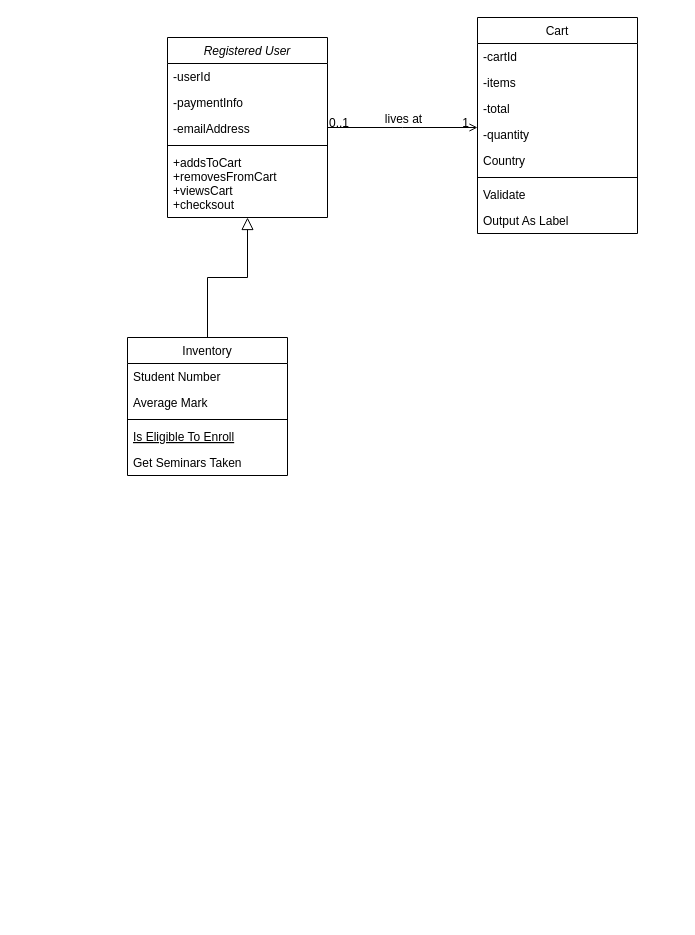
The draw.io diagram Use Case Diagrams/Untitled Diagram.drawio in gavinbarry60/group8, before the edit. Source tidied: cells renumbered, new cells numbered last; positions are measured from the earlier drawing's top-left corner, leaving out a move shared by most shapes. Both pictures are drawn from the tidied source at 100%, with x=0, y=0 at pixel (127, 17).
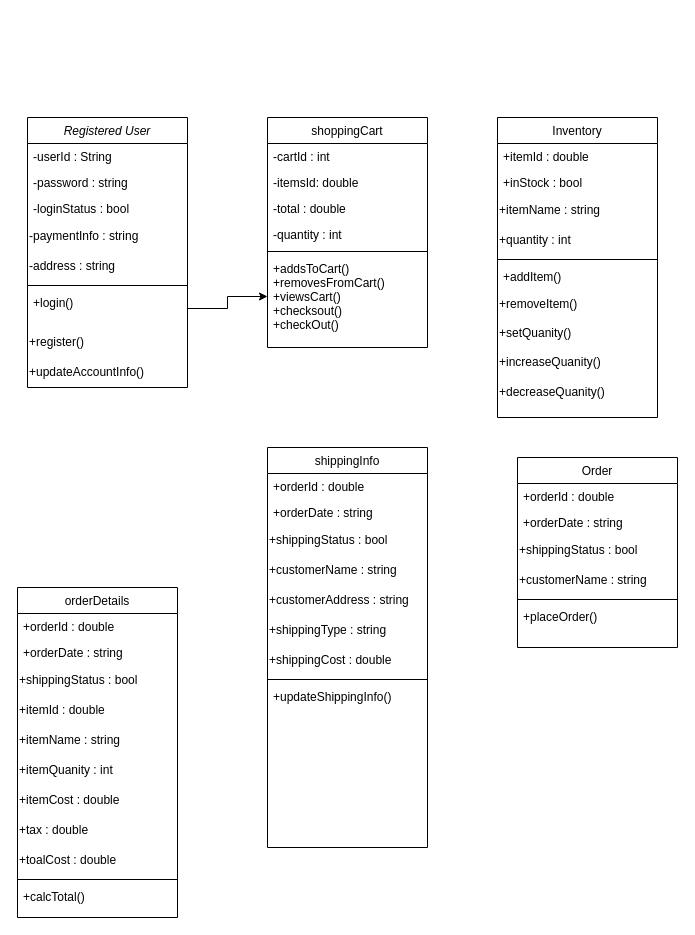
The same page after the edit.

What changed in the source:
```diff
@@
     <mxCell id="2" value="Registered User" style="swimlane;fontStyle=2;align=center;verticalAlign=top;horizontal=1;startSize=26;rounded=0;shadow=0;strokeWidth=1;" parent="1" vertex="1">
-      <mxGeometry x="40" y="20" width="160" height="180" as="geometry" />
+      <mxGeometry x="-100" y="100" width="160" height="270" as="geometry" />
     </mxCell>
-    <mxCell id="3" value="-userId" style="text;align=left;verticalAlign=top;spacingLeft=4;spacingRight=4;overflow=hidden;" parent="2" vertex="1">
+    <mxCell id="3" value="-userId : String" style="text;align=left;verticalAlign=top;spacingLeft=4;spacingRight=4;overflow=hidden;" parent="2" vertex="1">
       <mxGeometry y="26" width="160" height="26" as="geometry" />
     </mxCell>
-    <mxCell id="4" value="-paymentInfo" style="text;align=left;verticalAlign=top;spacingLeft=4;spacingRight=4;overflow=hidden;rounded=0;shadow=0;html=0;" parent="2" vertex="1">
+    <mxCell id="4" value="-password : string" style="text;align=left;verticalAlign=top;spacingLeft=4;spacingRight=4;overflow=hidden;rounded=0;shadow=0;html=0;" parent="2" vertex="1">
       <mxGeometry y="52" width="160" height="26" as="geometry" />
     </mxCell>
-    <mxCell id="5" value="-emailAddress" style="text;align=left;verticalAlign=top;spacingLeft=4;spacingRight=4;overflow=hidden;rounded=0;shadow=0;html=0;" parent="2" vertex="1">
+    <mxCell id="5" value="-loginStatus : bool" style="text;align=left;verticalAlign=top;spacingLeft=4;spacingRight=4;overflow=hidden;rounded=0;shadow=0;html=0;" parent="2" vertex="1">
       <mxGeometry y="78" width="160" height="26" as="geometry" />
     </mxCell>
+    <mxCell id="28" value="-paymentInfo : string" style="text;html=1;align=left;verticalAlign=middle;whiteSpace=wrap;rounded=0;" parent="2" vertex="1">
+      <mxGeometry y="104" width="160" height="30" as="geometry" />
+    </mxCell>
+    <mxCell id="29" value="-address : string" style="text;html=1;align=left;verticalAlign=middle;whiteSpace=wrap;rounded=0;" parent="2" vertex="1">
+      <mxGeometry y="134" width="160" height="30" as="geometry" />
+    </mxCell>
     <mxCell id="6" style="line;html=1;strokeWidth=1;align=left;verticalAlign=middle;spacingTop=-1;spacingLeft=3;spacingRight=3;labelPosition=right;" parent="2" vertex="1">
-      <mxGeometry y="104" width="160" height="8" as="geometry" />
+      <mxGeometry y="164" width="160" height="8" as="geometry" />
     </mxCell>
-    <mxCell id="7" value="+addsToCart&#10;+removesFromCart&#10;+viewsCart&#10;+checksout" style="text;align=left;verticalAlign=top;spacingLeft=4;spacingRight=4;overflow=hidden;points=[[0,0.5],[1,0.5]];portConstraint=eastwest;" parent="2" vertex="1">
-      <mxGeometry y="112" width="160" height="68" as="geometry" />
+    <mxCell id="7" value="+login() " style="text;align=left;verticalAlign=top;spacingLeft=4;spacingRight=4;overflow=hidden;points=[[0,0.5],[1,0.5]];portConstraint=eastwest;" parent="2" vertex="1">
+      <mxGeometry y="172" width="160" height="38" as="geometry" />
     </mxCell>
+    <mxCell id="30" value="+register()" style="text;html=1;align=left;verticalAlign=middle;whiteSpace=wrap;rounded=0;" parent="2" vertex="1">
+      <mxGeometry y="210" width="160" height="30" as="geometry" />
+    </mxCell>
+    <mxCell id="31" value="+updateAccountInfo()" style="text;html=1;align=left;verticalAlign=middle;whiteSpace=wrap;rounded=0;" parent="2" vertex="1">
+      <mxGeometry y="240" width="160" height="30" as="geometry" />
+    </mxCell>
     <mxCell id="8" value="Inventory" style="swimlane;fontStyle=0;align=center;verticalAlign=top;horizontal=1;startSize=26;rounded=0;shadow=0;strokeWidth=1;" parent="1" vertex="1">
-      <mxGeometry y="320" width="160" height="138" as="geometry" />
+      <mxGeometry x="370" y="100" width="160" height="300" as="geometry" />
     </mxCell>
-    <mxCell id="9" value="Student Number" style="text;align=left;verticalAlign=top;spacingLeft=4;spacingRight=4;overflow=hidden;" parent="8" vertex="1">
+    <mxCell id="9" value="+itemId : double" style="text;align=left;verticalAlign=top;spacingLeft=4;spacingRight=4;overflow=hidden;" parent="8" vertex="1">
       <mxGeometry y="26" width="160" height="26" as="geometry" />
     </mxCell>
-    <mxCell id="10" value="Average Mark" style="text;align=left;verticalAlign=top;spacingLeft=4;spacingRight=4;overflow=hidden;rounded=0;shadow=0;html=0;" parent="8" vertex="1">
+    <mxCell id="10" value="+inStock : bool" style="text;align=left;verticalAlign=top;spacingLeft=4;spacingRight=4;overflow=hidden;rounded=0;shadow=0;html=0;" parent="8" vertex="1">
       <mxGeometry y="52" width="160" height="26" as="geometry" />
     </mxCell>
+    <mxCell id="32" value="+itemName : string" style="text;html=1;align=left;verticalAlign=middle;whiteSpace=wrap;rounded=0;" parent="8" vertex="1">
+      <mxGeometry y="78" width="160" height="30" as="geometry" />
+    </mxCell>
+    <mxCell id="33" value="+quantity : int" style="text;html=1;align=left;verticalAlign=middle;whiteSpace=wrap;rounded=0;" parent="8" vertex="1">
+      <mxGeometry y="108" width="160" height="30" as="geometry" />
+    </mxCell>
     <mxCell id="11" style="line;html=1;strokeWidth=1;align=left;verticalAlign=middle;spacingTop=-1;spacingLeft=3;spacingRight=3;labelPosition=right;" parent="8" vertex="1">
-      <mxGeometry y="78" width="160" height="8" as="geometry" />
+      <mxGeometry y="138" width="160" height="8" as="geometry" />
     </mxCell>
-    <mxCell id="12" value="Is Eligible To Enroll" style="text;align=left;verticalAlign=top;spacingLeft=4;spacingRight=4;overflow=hidden;fontStyle=4;" parent="8" vertex="1">
-      <mxGeometry y="86" width="160" height="26" as="geometry" />
-    </mxCell>
-    <mxCell id="13" value="Get Seminars Taken" style="text;align=left;verticalAlign=top;spacingLeft=4;spacingRight=4;overflow=hidden;" parent="8" vertex="1">
-      <mxGeometry y="112" width="160" height="26" as="geometry" />
+    <mxCell id="13" value="+addItem()" style="text;align=left;verticalAlign=top;spacingLeft=4;spacingRight=4;overflow=hidden;" parent="8" vertex="1">
+      <mxGeometry y="146" width="160" height="26" as="geometry" />
     </mxCell>
-    <mxCell id="14" style="endArrow=block;endSize=10;endFill=0;shadow=0;strokeWidth=1;rounded=0;curved=0;edgeStyle=elbowEdgeStyle;elbow=vertical;" parent="1" edge="1" source="8" target="2">
-      <mxGeometry relative="1" as="geometry" />
-    </mxCell>
+    <mxCell id="34" value="+removeItem()" style="text;html=1;align=left;verticalAlign=middle;whiteSpace=wrap;rounded=0;" parent="8" vertex="1">
+      <mxGeometry y="172" width="160" height="30" as="geometry" />
+    </mxCell>
+    <mxCell id="35" value="+setQuanity()" style="text;html=1;align=left;verticalAlign=middle;whiteSpace=wrap;rounded=0;" parent="8" vertex="1">
+      <mxGeometry y="202" width="160" height="28" as="geometry" />
+    </mxCell>
+    <mxCell id="36" value="+increaseQuanity()" style="text;html=1;align=left;verticalAlign=middle;whiteSpace=wrap;rounded=0;" parent="8" vertex="1">
+      <mxGeometry y="230" width="160" height="30" as="geometry" />
+    </mxCell>
+    <mxCell id="37" value="+decreaseQuanity()" style="text;html=1;align=left;verticalAlign=middle;whiteSpace=wrap;rounded=0;" parent="8" vertex="1">
+      <mxGeometry y="260" width="160" height="30" as="geometry" />
+    </mxCell>
+    <mxCell id="38" style="edgeStyle=orthogonalEdgeStyle;rounded=0;jettySize=auto;html=1;exitX=0.5;exitY=1;exitDx=0;exitDy=0;" parent="1" edge="1" source="15">
+      <mxGeometry relative="1" as="geometry">
+        <mxPoint x="220" y="330" as="targetPoint" />
+      </mxGeometry>
+    </mxCell>
-    <mxCell id="15" value="Cart" style="swimlane;fontStyle=0;align=center;verticalAlign=top;horizontal=1;startSize=26;rounded=0;shadow=0;strokeWidth=1;" parent="1" vertex="1">
-      <mxGeometry x="350" width="160" height="216" as="geometry" />
+    <mxCell id="15" value="shoppingCart" style="swimlane;fontStyle=0;align=center;verticalAlign=top;horizontal=1;startSize=26;rounded=0;shadow=0;strokeWidth=1;" parent="1" vertex="1">
+      <mxGeometry x="140" y="100" width="160" height="230" as="geometry" />
     </mxCell>
-    <mxCell id="16" value="-cartId" style="text;align=left;verticalAlign=top;spacingLeft=4;spacingRight=4;overflow=hidden;" parent="15" vertex="1">
+    <mxCell id="16" value="-cartId : int" style="text;align=left;verticalAlign=top;spacingLeft=4;spacingRight=4;overflow=hidden;" parent="15" vertex="1">
       <mxGeometry y="26" width="160" height="26" as="geometry" />
     </mxCell>
-    <mxCell id="17" value="-items" style="text;align=left;verticalAlign=top;spacingLeft=4;spacingRight=4;overflow=hidden;rounded=0;shadow=0;html=0;" parent="15" vertex="1">
+    <mxCell id="17" value="-itemsId: double" style="text;align=left;verticalAlign=top;spacingLeft=4;spacingRight=4;overflow=hidden;rounded=0;shadow=0;html=0;" parent="15" vertex="1">
       <mxGeometry y="52" width="160" height="26" as="geometry" />
     </mxCell>
-    <mxCell id="18" value="-total" style="text;align=left;verticalAlign=top;spacingLeft=4;spacingRight=4;overflow=hidden;rounded=0;shadow=0;html=0;" parent="15" vertex="1">
+    <mxCell id="18" value="-total : double" style="text;align=left;verticalAlign=top;spacingLeft=4;spacingRight=4;overflow=hidden;rounded=0;shadow=0;html=0;" parent="15" vertex="1">
       <mxGeometry y="78" width="160" height="26" as="geometry" />
     </mxCell>
-    <mxCell id="19" value="-quantity" style="text;align=left;verticalAlign=top;spacingLeft=4;spacingRight=4;overflow=hidden;rounded=0;shadow=0;html=0;" parent="15" vertex="1">
+    <mxCell id="19" value="-quantity : int" style="text;align=left;verticalAlign=top;spacingLeft=4;spacingRight=4;overflow=hidden;rounded=0;shadow=0;html=0;" parent="15" vertex="1">
       <mxGeometry y="104" width="160" height="26" as="geometry" />
     </mxCell>
-    <mxCell id="20" value="Country" style="text;align=left;verticalAlign=top;spacingLeft=4;spacingRight=4;overflow=hidden;rounded=0;shadow=0;html=0;" parent="15" vertex="1">
-      <mxGeometry y="130" width="160" height="26" as="geometry" />
-    </mxCell>
     <mxCell id="21" style="line;html=1;strokeWidth=1;align=left;verticalAlign=middle;spacingTop=-1;spacingLeft=3;spacingRight=3;labelPosition=right;" parent="15" vertex="1">
-      <mxGeometry y="156" width="160" height="8" as="geometry" />
+      <mxGeometry y="130" width="160" height="8" as="geometry" />
     </mxCell>
-    <mxCell id="22" value="Validate" style="text;align=left;verticalAlign=top;spacingLeft=4;spacingRight=4;overflow=hidden;points=[[0,0.5],[1,0.5]];portConstraint=eastwest;" parent="15" vertex="1">
-      <mxGeometry y="164" width="160" height="26" as="geometry" />
+    <mxCell id="22" value="+addsToCart()&#10;+removesFromCart()&#10;+viewsCart()&#10;+checksout()&#10;+checkOut()" style="text;align=left;verticalAlign=top;spacingLeft=4;spacingRight=4;overflow=hidden;points=[[0,0.5],[1,0.5]];portConstraint=eastwest;" parent="15" vertex="1">
+      <mxGeometry y="138" width="160" height="82" as="geometry" />
     </mxCell>
-    <mxCell id="23" value="Output As Label" style="text;align=left;verticalAlign=top;spacingLeft=4;spacingRight=4;overflow=hidden;" parent="15" vertex="1">
-      <mxGeometry y="190" width="160" height="26" as="geometry" />
-    </mxCell>
-    <mxCell id="24" style="endArrow=open;shadow=0;strokeWidth=1;rounded=0;curved=0;endFill=1;edgeStyle=elbowEdgeStyle;elbow=vertical;" parent="1" edge="1" source="2" target="15">
-      <mxGeometry x="0.5" y="41" relative="1" as="geometry">
-        <mxPoint x="-40" y="32" as="offset" />
-      </mxGeometry>
-    </mxCell>
-    <mxCell id="25" value="0..1" style="align=left;verticalAlign=bottom;labelBackgroundColor=none;fontSize=12;" parent="24" vertex="1">
-      <mxGeometry x="-1" relative="1" as="geometry">
-        <mxPoint y="4" as="offset" />
-      </mxGeometry>
-    </mxCell>
-    <mxCell id="26" value="1" style="align=right;verticalAlign=bottom;labelBackgroundColor=none;fontSize=12;" parent="24" vertex="1">
-      <mxGeometry x="1" relative="1" as="geometry">
-        <mxPoint x="-7" y="4" as="offset" />
-      </mxGeometry>
-    </mxCell>
-    <mxCell id="27" value="lives at" style="text;html=1;align=center;verticalAlign=middle;labelBackgroundColor=none;rounded=0;shadow=0;strokeWidth=1;fontSize=12;" parent="24" vertex="1">
-      <mxGeometry x="0.5" y="49" relative="1" as="geometry">
-        <mxPoint x="-38" y="40" as="offset" />
-      </mxGeometry>
-    </mxCell>
+    <mxCell id="39" style="edgeStyle=orthogonalEdgeStyle;rounded=0;jettySize=auto;html=1;" parent="1" edge="1" source="7" target="22">
+      <mxGeometry relative="1" as="geometry" />
+    </mxCell>
+    <mxCell id="40" value="Order" style="swimlane;fontStyle=0;align=center;verticalAlign=top;horizontal=1;startSize=26;rounded=0;shadow=0;strokeWidth=1;" parent="1" vertex="1">
+      <mxGeometry x="390" y="440" width="160" height="190" as="geometry" />
+    </mxCell>
+    <mxCell id="41" value="+orderId : double" style="text;align=left;verticalAlign=top;spacingLeft=4;spacingRight=4;overflow=hidden;" parent="40" vertex="1">
+      <mxGeometry y="26" width="160" height="26" as="geometry" />
+    </mxCell>
+    <mxCell id="42" value="+orderDate : string" style="text;align=left;verticalAlign=top;spacingLeft=4;spacingRight=4;overflow=hidden;rounded=0;shadow=0;html=0;" parent="40" vertex="1">
+      <mxGeometry y="52" width="160" height="26" as="geometry" />
+    </mxCell>
+    <mxCell id="43" value="+shippingStatus : bool" style="text;html=1;align=left;verticalAlign=middle;whiteSpace=wrap;rounded=0;" parent="40" vertex="1">
+      <mxGeometry y="78" width="160" height="30" as="geometry" />
+    </mxCell>
+    <mxCell id="44" value="+customerName : string" style="text;html=1;align=left;verticalAlign=middle;whiteSpace=wrap;rounded=0;" parent="40" vertex="1">
+      <mxGeometry y="108" width="160" height="30" as="geometry" />
+    </mxCell>
+    <mxCell id="45" style="line;html=1;strokeWidth=1;align=left;verticalAlign=middle;spacingTop=-1;spacingLeft=3;spacingRight=3;labelPosition=right;" parent="40" vertex="1">
+      <mxGeometry y="138" width="160" height="8" as="geometry" />
+    </mxCell>
+    <mxCell id="46" value="+placeOrder()" style="text;align=left;verticalAlign=top;spacingLeft=4;spacingRight=4;overflow=hidden;" parent="40" vertex="1">
+      <mxGeometry y="146" width="160" height="26" as="geometry" />
+    </mxCell>
+    <mxCell id="47" value="shippingInfo" style="swimlane;fontStyle=0;align=center;verticalAlign=top;horizontal=1;startSize=26;rounded=0;shadow=0;strokeWidth=1;" parent="1" vertex="1">
+      <mxGeometry x="140" y="430" width="160" height="400" as="geometry" />
+    </mxCell>
+    <mxCell id="48" value="+orderId : double" style="text;align=left;verticalAlign=top;spacingLeft=4;spacingRight=4;overflow=hidden;" parent="47" vertex="1">
+      <mxGeometry y="26" width="160" height="26" as="geometry" />
+    </mxCell>
+    <mxCell id="49" value="+orderDate : string" style="text;align=left;verticalAlign=top;spacingLeft=4;spacingRight=4;overflow=hidden;rounded=0;shadow=0;html=0;" parent="47" vertex="1">
+      <mxGeometry y="52" width="160" height="26" as="geometry" />
+    </mxCell>
+    <mxCell id="50" value="+shippingStatus : bool" style="text;html=1;align=left;verticalAlign=middle;whiteSpace=wrap;rounded=0;" parent="47" vertex="1">
+      <mxGeometry y="78" width="160" height="30" as="geometry" />
+    </mxCell>
+    <mxCell id="51" value="+customerName : string" style="text;html=1;align=left;verticalAlign=middle;whiteSpace=wrap;rounded=0;" parent="47" vertex="1">
+      <mxGeometry y="108" width="160" height="30" as="geometry" />
+    </mxCell>
+    <mxCell id="52" value="+customerAddress : string" style="text;html=1;align=left;verticalAlign=middle;whiteSpace=wrap;rounded=0;" parent="47" vertex="1">
+      <mxGeometry y="138" width="160" height="30" as="geometry" />
+    </mxCell>
+    <mxCell id="53" value="+shippingType : string" style="text;html=1;align=left;verticalAlign=middle;whiteSpace=wrap;rounded=0;" parent="47" vertex="1">
+      <mxGeometry y="168" width="160" height="30" as="geometry" />
+    </mxCell>
+    <mxCell id="54" value="+shippingCost : double" style="text;html=1;align=left;verticalAlign=middle;whiteSpace=wrap;rounded=0;" parent="47" vertex="1">
+      <mxGeometry y="198" width="160" height="30" as="geometry" />
+    </mxCell>
+    <mxCell id="55" style="line;html=1;strokeWidth=1;align=left;verticalAlign=middle;spacingTop=-1;spacingLeft=3;spacingRight=3;labelPosition=right;" parent="47" vertex="1">
+      <mxGeometry y="228" width="160" height="8" as="geometry" />
+    </mxCell>
+    <mxCell id="56" value="+updateShippingInfo()" style="text;align=left;verticalAlign=top;spacingLeft=4;spacingRight=4;overflow=hidden;" parent="47" vertex="1">
+      <mxGeometry y="236" width="160" height="26" as="geometry" />
+    </mxCell>
+    <mxCell id="57" value="orderDetails" style="swimlane;fontStyle=0;align=center;verticalAlign=top;horizontal=1;startSize=26;rounded=0;shadow=0;strokeWidth=1;" parent="1" vertex="1">
+      <mxGeometry x="-110" y="570" width="160" height="330" as="geometry" />
+    </mxCell>
+    <mxCell id="58" value="+orderId : double" style="text;align=left;verticalAlign=top;spacingLeft=4;spacingRight=4;overflow=hidden;" parent="57" vertex="1">
+      <mxGeometry y="26" width="160" height="26" as="geometry" />
+    </mxCell>
+    <mxCell id="59" value="+orderDate : string" style="text;align=left;verticalAlign=top;spacingLeft=4;spacingRight=4;overflow=hidden;rounded=0;shadow=0;html=0;" parent="57" vertex="1">
+      <mxGeometry y="52" width="160" height="26" as="geometry" />
+    </mxCell>
+    <mxCell id="60" value="+shippingStatus : bool" style="text;html=1;align=left;verticalAlign=middle;whiteSpace=wrap;rounded=0;" parent="57" vertex="1">
+      <mxGeometry y="78" width="160" height="30" as="geometry" />
+    </mxCell>
+    <mxCell id="61" value="+itemId : double" style="text;html=1;align=left;verticalAlign=middle;whiteSpace=wrap;rounded=0;" parent="57" vertex="1">
+      <mxGeometry y="108" width="160" height="30" as="geometry" />
+    </mxCell>
+    <mxCell id="62" value="+itemName : string" style="text;html=1;align=left;verticalAlign=middle;whiteSpace=wrap;rounded=0;" parent="57" vertex="1">
+      <mxGeometry y="138" width="160" height="30" as="geometry" />
+    </mxCell>
+    <mxCell id="63" value="+itemQuanity : int" style="text;html=1;align=left;verticalAlign=middle;whiteSpace=wrap;rounded=0;" parent="57" vertex="1">
+      <mxGeometry y="168" width="160" height="30" as="geometry" />
+    </mxCell>
+    <mxCell id="64" value="+itemCost : double" style="text;html=1;align=left;verticalAlign=middle;whiteSpace=wrap;rounded=0;" parent="57" vertex="1">
+      <mxGeometry y="198" width="160" height="30" as="geometry" />
+    </mxCell>
+    <mxCell id="65" value="+tax : double" style="text;html=1;align=left;verticalAlign=middle;whiteSpace=wrap;rounded=0;" parent="57" vertex="1">
+      <mxGeometry y="228" width="160" height="30" as="geometry" />
+    </mxCell>
+    <mxCell id="66" value="+toalCost : double" style="text;html=1;align=left;verticalAlign=middle;whiteSpace=wrap;rounded=0;" parent="57" vertex="1">
+      <mxGeometry y="258" width="160" height="30" as="geometry" />
+    </mxCell>
+    <mxCell id="67" style="line;html=1;strokeWidth=1;align=left;verticalAlign=middle;spacingTop=-1;spacingLeft=3;spacingRight=3;labelPosition=right;" parent="57" vertex="1">
+      <mxGeometry y="288" width="160" height="8" as="geometry" />
+    </mxCell>
+    <mxCell id="68" value="+calcTotal()" style="text;align=left;verticalAlign=top;spacingLeft=4;spacingRight=4;overflow=hidden;" parent="57" vertex="1">
+      <mxGeometry y="296" width="160" height="26" as="geometry" />
+    </mxCell>
```
